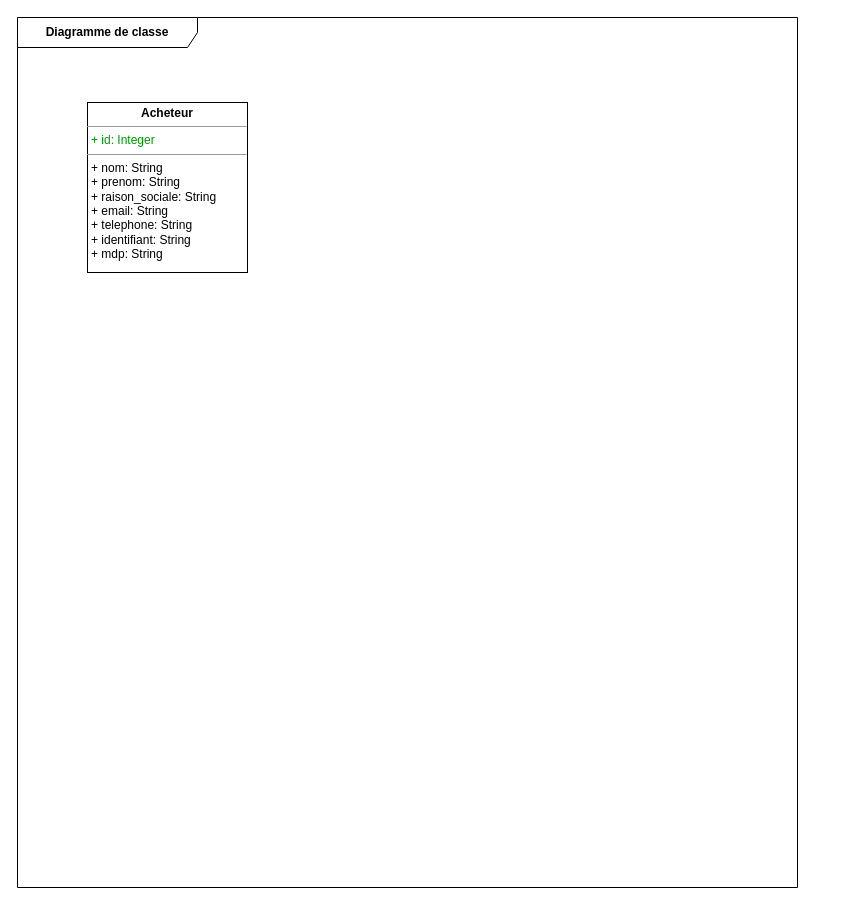
Above: uml-diagrams/drawio/class-diagram.drawio in thomas-claireau/PHP---P6-Openclassrooms (draw.io), before the change. Source tidied: cells renumbered, new cells numbered last; positions are measured from the earlier drawing's top-left corner, leaving out a move shared by most shapes. Both pictures are drawn from the tidied source at 100%, with x=0, y=0 at pixel (17, 17).
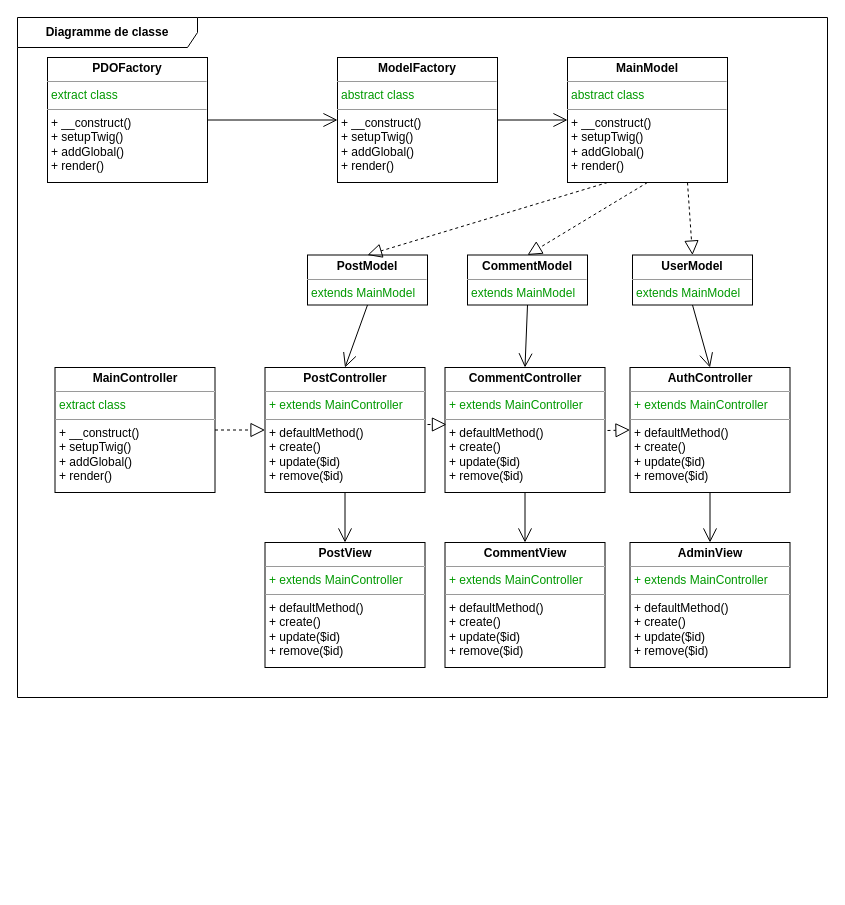
The same page after the edit.

Commit message:
update class diagram

Diff of the diagram source:
```diff
@@
     <mxCell id="2" value="&lt;b&gt;Diagramme de classe&lt;/b&gt;" style="shape=umlFrame;whiteSpace=wrap;html=1;width=180;height=30;fillColor=#FFFFFF;swimlaneFillColor=#ffffff;" parent="1" vertex="1">
-      <mxGeometry width="780" height="870" as="geometry" />
+      <mxGeometry width="810" height="680" as="geometry" />
     </mxCell>
-    <mxCell id="3" value="&lt;p style=&quot;margin: 0px ; margin-top: 4px ; text-align: center&quot;&gt;&lt;b&gt;Acheteur&lt;/b&gt;&lt;/p&gt;&lt;hr size=&quot;1&quot;&gt;&lt;p style=&quot;margin: 0px ; margin-left: 4px&quot;&gt;&lt;font color=&quot;#009900&quot;&gt;+ id: Integer&lt;br&gt;&lt;/font&gt;&lt;/p&gt;&lt;hr size=&quot;1&quot;&gt;&lt;p style=&quot;margin: 0px ; margin-left: 4px&quot;&gt;+ nom: String&lt;br&gt;&lt;/p&gt;&lt;p style=&quot;margin: 0px ; margin-left: 4px&quot;&gt;+ prenom: String&lt;/p&gt;&lt;p style=&quot;margin: 0px ; margin-left: 4px&quot;&gt;+ raison_sociale: String&lt;/p&gt;&lt;p style=&quot;margin: 0px ; margin-left: 4px&quot;&gt;+ email: String&lt;/p&gt;&lt;p style=&quot;margin: 0px ; margin-left: 4px&quot;&gt;+ telephone: String&lt;/p&gt;&lt;p style=&quot;margin: 0px ; margin-left: 4px&quot;&gt;+ identifiant: String&lt;/p&gt;&lt;p style=&quot;margin: 0px ; margin-left: 4px&quot;&gt;+ mdp: String&lt;/p&gt;&amp;nbsp;" style="verticalAlign=top;align=left;overflow=fill;fontSize=12;fontFamily=Helvetica;html=1;strokeColor=#000000;fillColor=#FFFFFF;gradientColor=none;gradientDirection=north;" parent="1" vertex="1">
-      <mxGeometry x="70" y="85" width="160" height="170" as="geometry" />
+    <mxCell id="3" value="&lt;p style=&quot;margin: 0px ; margin-top: 4px ; text-align: center&quot;&gt;&lt;b&gt;MainController&lt;/b&gt;&lt;/p&gt;&lt;hr size=&quot;1&quot;&gt;&lt;p style=&quot;margin: 0px ; margin-left: 4px&quot;&gt;&lt;font color=&quot;#009900&quot;&gt;extract class&lt;/font&gt;&lt;/p&gt;&lt;hr size=&quot;1&quot;&gt;&lt;p style=&quot;margin: 0px ; margin-left: 4px&quot;&gt;+ __construct()&lt;/p&gt;&lt;p style=&quot;margin: 0px ; margin-left: 4px&quot;&gt;+ setupTwig()&lt;/p&gt;&lt;p style=&quot;margin: 0px ; margin-left: 4px&quot;&gt;+ addGlobal()&lt;/p&gt;&lt;p style=&quot;margin: 0px ; margin-left: 4px&quot;&gt;+ render()&lt;/p&gt;&amp;nbsp;" style="verticalAlign=top;align=left;overflow=fill;fontSize=12;fontFamily=Helvetica;html=1;strokeColor=#000000;fillColor=#FFFFFF;gradientColor=none;gradientDirection=north;" parent="1" vertex="1">
+      <mxGeometry x="37.5" y="350" width="160" height="125" as="geometry" />
     </mxCell>
+    <mxCell id="4" value="&lt;p style=&quot;margin: 0px ; margin-top: 4px ; text-align: center&quot;&gt;&lt;b&gt;PostController&lt;/b&gt;&lt;/p&gt;&lt;hr size=&quot;1&quot;&gt;&lt;p style=&quot;margin: 0px ; margin-left: 4px&quot;&gt;&lt;font color=&quot;#009900&quot;&gt;+ extends MainController&lt;br&gt;&lt;/font&gt;&lt;/p&gt;&lt;hr size=&quot;1&quot;&gt;&lt;p style=&quot;margin: 0px ; margin-left: 4px&quot;&gt;+ defaultMethod()&lt;/p&gt;&lt;p style=&quot;margin: 0px ; margin-left: 4px&quot;&gt;+ create()&lt;/p&gt;&lt;p style=&quot;margin: 0px ; margin-left: 4px&quot;&gt;+ update($id)&lt;/p&gt;&lt;p style=&quot;margin: 0px ; margin-left: 4px&quot;&gt;+ remove($id)&lt;/p&gt;&amp;nbsp;" style="verticalAlign=top;align=left;overflow=fill;fontSize=12;fontFamily=Helvetica;html=1;strokeColor=#000000;fillColor=#FFFFFF;gradientColor=none;gradientDirection=north;" parent="1" vertex="1">
+      <mxGeometry x="247.5" y="350" width="160" height="125" as="geometry" />
+    </mxCell>
+    <mxCell id="5" value="&lt;p style=&quot;margin: 0px ; margin-top: 4px ; text-align: center&quot;&gt;&lt;b&gt;CommentController&lt;/b&gt;&lt;/p&gt;&lt;hr size=&quot;1&quot;&gt;&lt;p style=&quot;margin: 0px ; margin-left: 4px&quot;&gt;&lt;font color=&quot;#009900&quot;&gt;+ extends MainController&lt;br&gt;&lt;/font&gt;&lt;/p&gt;&lt;hr size=&quot;1&quot;&gt;&lt;p style=&quot;margin: 0px ; margin-left: 4px&quot;&gt;+ defaultMethod()&lt;/p&gt;&lt;p style=&quot;margin: 0px ; margin-left: 4px&quot;&gt;+ create()&lt;/p&gt;&lt;p style=&quot;margin: 0px ; margin-left: 4px&quot;&gt;+ update($id)&lt;/p&gt;&lt;p style=&quot;margin: 0px ; margin-left: 4px&quot;&gt;+ remove($id)&lt;/p&gt;&amp;nbsp;" style="verticalAlign=top;align=left;overflow=fill;fontSize=12;fontFamily=Helvetica;html=1;strokeColor=#000000;fillColor=#FFFFFF;gradientColor=none;gradientDirection=north;" parent="1" vertex="1">
+      <mxGeometry x="427.5" y="350" width="160" height="125" as="geometry" />
+    </mxCell>
+    <mxCell id="6" value="&lt;p style=&quot;margin: 0px ; margin-top: 4px ; text-align: center&quot;&gt;&lt;b&gt;AuthController&lt;/b&gt;&lt;/p&gt;&lt;hr size=&quot;1&quot;&gt;&lt;p style=&quot;margin: 0px ; margin-left: 4px&quot;&gt;&lt;font color=&quot;#009900&quot;&gt;+ extends MainController&lt;br&gt;&lt;/font&gt;&lt;/p&gt;&lt;hr size=&quot;1&quot;&gt;&lt;p style=&quot;margin: 0px ; margin-left: 4px&quot;&gt;+ defaultMethod()&lt;/p&gt;&lt;p style=&quot;margin: 0px ; margin-left: 4px&quot;&gt;+ create()&lt;/p&gt;&lt;p style=&quot;margin: 0px ; margin-left: 4px&quot;&gt;+ update($id)&lt;/p&gt;&lt;p style=&quot;margin: 0px ; margin-left: 4px&quot;&gt;+ remove($id)&lt;/p&gt;&amp;nbsp;" style="verticalAlign=top;align=left;overflow=fill;fontSize=12;fontFamily=Helvetica;html=1;strokeColor=#000000;fillColor=#FFFFFF;gradientColor=none;gradientDirection=north;" parent="1" vertex="1">
+      <mxGeometry x="612.5" y="350" width="160" height="125" as="geometry" />
+    </mxCell>
+    <mxCell id="7" value="&lt;p style=&quot;margin: 0px ; margin-top: 4px ; text-align: center&quot;&gt;&lt;b&gt;MainModel&lt;/b&gt;&lt;/p&gt;&lt;hr size=&quot;1&quot;&gt;&lt;p style=&quot;margin: 0px ; margin-left: 4px&quot;&gt;&lt;font color=&quot;#009900&quot;&gt;abstract class&lt;/font&gt;&lt;/p&gt;&lt;hr size=&quot;1&quot;&gt;&lt;p style=&quot;margin: 0px ; margin-left: 4px&quot;&gt;+ __construct()&lt;/p&gt;&lt;p style=&quot;margin: 0px ; margin-left: 4px&quot;&gt;+ setupTwig()&lt;/p&gt;&lt;p style=&quot;margin: 0px ; margin-left: 4px&quot;&gt;+ addGlobal()&lt;/p&gt;&lt;p style=&quot;margin: 0px ; margin-left: 4px&quot;&gt;+ render()&lt;/p&gt;&amp;nbsp;" style="verticalAlign=top;align=left;overflow=fill;fontSize=12;fontFamily=Helvetica;html=1;strokeColor=#000000;fillColor=#FFFFFF;gradientColor=none;gradientDirection=north;" parent="1" vertex="1">
+      <mxGeometry x="550" y="40" width="160" height="125" as="geometry" />
+    </mxCell>
+    <mxCell id="8" value="&lt;p style=&quot;margin: 0px ; margin-top: 4px ; text-align: center&quot;&gt;&lt;b&gt;PDOFactory&lt;/b&gt;&lt;/p&gt;&lt;hr size=&quot;1&quot;&gt;&lt;p style=&quot;margin: 0px ; margin-left: 4px&quot;&gt;&lt;font color=&quot;#009900&quot;&gt;extract class&lt;/font&gt;&lt;/p&gt;&lt;hr size=&quot;1&quot;&gt;&lt;p style=&quot;margin: 0px ; margin-left: 4px&quot;&gt;+ __construct()&lt;/p&gt;&lt;p style=&quot;margin: 0px ; margin-left: 4px&quot;&gt;+ setupTwig()&lt;/p&gt;&lt;p style=&quot;margin: 0px ; margin-left: 4px&quot;&gt;+ addGlobal()&lt;/p&gt;&lt;p style=&quot;margin: 0px ; margin-left: 4px&quot;&gt;+ render()&lt;/p&gt;&amp;nbsp;" style="verticalAlign=top;align=left;overflow=fill;fontSize=12;fontFamily=Helvetica;html=1;strokeColor=#000000;fillColor=#FFFFFF;gradientColor=none;gradientDirection=north;" parent="1" vertex="1">
+      <mxGeometry x="30" y="40" width="160" height="125" as="geometry" />
+    </mxCell>
+    <mxCell id="9" value="&lt;p style=&quot;margin: 0px ; margin-top: 4px ; text-align: center&quot;&gt;&lt;b&gt;ModelFactory&lt;/b&gt;&lt;/p&gt;&lt;hr size=&quot;1&quot;&gt;&lt;p style=&quot;margin: 0px ; margin-left: 4px&quot;&gt;&lt;font color=&quot;#009900&quot;&gt;abstract class&lt;/font&gt;&lt;/p&gt;&lt;hr size=&quot;1&quot;&gt;&lt;p style=&quot;margin: 0px ; margin-left: 4px&quot;&gt;+ __construct()&lt;/p&gt;&lt;p style=&quot;margin: 0px ; margin-left: 4px&quot;&gt;+ setupTwig()&lt;/p&gt;&lt;p style=&quot;margin: 0px ; margin-left: 4px&quot;&gt;+ addGlobal()&lt;/p&gt;&lt;p style=&quot;margin: 0px ; margin-left: 4px&quot;&gt;+ render()&lt;/p&gt;&amp;nbsp;" style="verticalAlign=top;align=left;overflow=fill;fontSize=12;fontFamily=Helvetica;html=1;strokeColor=#000000;fillColor=#FFFFFF;gradientColor=none;gradientDirection=north;" parent="1" vertex="1">
+      <mxGeometry x="320" y="40" width="160" height="125" as="geometry" />
+    </mxCell>
+    <mxCell id="10" value="&lt;p style=&quot;margin: 0px ; margin-top: 4px ; text-align: center&quot;&gt;&lt;b&gt;PostModel&lt;/b&gt;&lt;/p&gt;&lt;hr size=&quot;1&quot;&gt;&lt;p style=&quot;margin: 0px ; margin-left: 4px&quot;&gt;&lt;font color=&quot;#009900&quot;&gt;extends MainModel&lt;/font&gt;&lt;/p&gt;&lt;hr size=&quot;1&quot;&gt;&lt;p style=&quot;margin: 0px ; margin-left: 4px&quot;&gt;&lt;br&gt;&lt;/p&gt;&amp;nbsp;" style="verticalAlign=top;align=left;overflow=fill;fontSize=12;fontFamily=Helvetica;html=1;strokeColor=#000000;fillColor=#FFFFFF;gradientColor=none;gradientDirection=north;" parent="1" vertex="1">
+      <mxGeometry x="290" y="237.5" width="120" height="50" as="geometry" />
+    </mxCell>
+    <mxCell id="11" value="&lt;p style=&quot;margin: 0px ; margin-top: 4px ; text-align: center&quot;&gt;&lt;b&gt;CommentModel&lt;/b&gt;&lt;/p&gt;&lt;hr size=&quot;1&quot;&gt;&lt;p style=&quot;margin: 0px ; margin-left: 4px&quot;&gt;&lt;font color=&quot;#009900&quot;&gt;extends MainModel&lt;/font&gt;&lt;/p&gt;&lt;hr size=&quot;1&quot;&gt;&lt;p style=&quot;margin: 0px ; margin-left: 4px&quot;&gt;&lt;br&gt;&lt;/p&gt;&amp;nbsp;" style="verticalAlign=top;align=left;overflow=fill;fontSize=12;fontFamily=Helvetica;html=1;strokeColor=#000000;fillColor=#FFFFFF;gradientColor=none;gradientDirection=north;" parent="1" vertex="1">
+      <mxGeometry x="450" y="237.5" width="120" height="50" as="geometry" />
+    </mxCell>
+    <mxCell id="12" value="&lt;p style=&quot;margin: 0px ; margin-top: 4px ; text-align: center&quot;&gt;&lt;b&gt;UserModel&lt;/b&gt;&lt;/p&gt;&lt;hr size=&quot;1&quot;&gt;&lt;p style=&quot;margin: 0px ; margin-left: 4px&quot;&gt;&lt;font color=&quot;#009900&quot;&gt;extends MainModel&lt;/font&gt;&lt;/p&gt;&lt;hr size=&quot;1&quot;&gt;&lt;p style=&quot;margin: 0px ; margin-left: 4px&quot;&gt;&lt;br&gt;&lt;/p&gt;&amp;nbsp;" style="verticalAlign=top;align=left;overflow=fill;fontSize=12;fontFamily=Helvetica;html=1;strokeColor=#000000;fillColor=#FFFFFF;gradientColor=none;gradientDirection=north;" parent="1" vertex="1">
+      <mxGeometry x="615" y="237.5" width="120" height="50" as="geometry" />
+    </mxCell>
+    <mxCell id="13" value="&lt;p style=&quot;margin: 0px ; margin-top: 4px ; text-align: center&quot;&gt;&lt;b&gt;PostView&lt;/b&gt;&lt;/p&gt;&lt;hr size=&quot;1&quot;&gt;&lt;p style=&quot;margin: 0px ; margin-left: 4px&quot;&gt;&lt;font color=&quot;#009900&quot;&gt;+ extends MainController&lt;br&gt;&lt;/font&gt;&lt;/p&gt;&lt;hr size=&quot;1&quot;&gt;&lt;p style=&quot;margin: 0px ; margin-left: 4px&quot;&gt;+ defaultMethod()&lt;/p&gt;&lt;p style=&quot;margin: 0px ; margin-left: 4px&quot;&gt;+ create()&lt;/p&gt;&lt;p style=&quot;margin: 0px ; margin-left: 4px&quot;&gt;+ update($id)&lt;/p&gt;&lt;p style=&quot;margin: 0px ; margin-left: 4px&quot;&gt;+ remove($id)&lt;/p&gt;&amp;nbsp;" style="verticalAlign=top;align=left;overflow=fill;fontSize=12;fontFamily=Helvetica;html=1;strokeColor=#000000;fillColor=#FFFFFF;gradientColor=none;gradientDirection=north;" parent="1" vertex="1">
+      <mxGeometry x="247.5" y="525" width="160" height="125" as="geometry" />
+    </mxCell>
+    <mxCell id="14" value="&lt;p style=&quot;margin: 0px ; margin-top: 4px ; text-align: center&quot;&gt;&lt;b&gt;CommentView&lt;/b&gt;&lt;/p&gt;&lt;hr size=&quot;1&quot;&gt;&lt;p style=&quot;margin: 0px ; margin-left: 4px&quot;&gt;&lt;font color=&quot;#009900&quot;&gt;+ extends MainController&lt;br&gt;&lt;/font&gt;&lt;/p&gt;&lt;hr size=&quot;1&quot;&gt;&lt;p style=&quot;margin: 0px ; margin-left: 4px&quot;&gt;+ defaultMethod()&lt;/p&gt;&lt;p style=&quot;margin: 0px ; margin-left: 4px&quot;&gt;+ create()&lt;/p&gt;&lt;p style=&quot;margin: 0px ; margin-left: 4px&quot;&gt;+ update($id)&lt;/p&gt;&lt;p style=&quot;margin: 0px ; margin-left: 4px&quot;&gt;+ remove($id)&lt;/p&gt;&amp;nbsp;" style="verticalAlign=top;align=left;overflow=fill;fontSize=12;fontFamily=Helvetica;html=1;strokeColor=#000000;fillColor=#FFFFFF;gradientColor=none;gradientDirection=north;" parent="1" vertex="1">
+      <mxGeometry x="427.5" y="525" width="160" height="125" as="geometry" />
+    </mxCell>
+    <mxCell id="15" value="&lt;p style=&quot;margin: 0px ; margin-top: 4px ; text-align: center&quot;&gt;&lt;b&gt;AdminView&lt;/b&gt;&lt;/p&gt;&lt;hr size=&quot;1&quot;&gt;&lt;p style=&quot;margin: 0px ; margin-left: 4px&quot;&gt;&lt;font color=&quot;#009900&quot;&gt;+ extends MainController&lt;br&gt;&lt;/font&gt;&lt;/p&gt;&lt;hr size=&quot;1&quot;&gt;&lt;p style=&quot;margin: 0px ; margin-left: 4px&quot;&gt;+ defaultMethod()&lt;/p&gt;&lt;p style=&quot;margin: 0px ; margin-left: 4px&quot;&gt;+ create()&lt;/p&gt;&lt;p style=&quot;margin: 0px ; margin-left: 4px&quot;&gt;+ update($id)&lt;/p&gt;&lt;p style=&quot;margin: 0px ; margin-left: 4px&quot;&gt;+ remove($id)&lt;/p&gt;&amp;nbsp;" style="verticalAlign=top;align=left;overflow=fill;fontSize=12;fontFamily=Helvetica;html=1;strokeColor=#000000;fillColor=#FFFFFF;gradientColor=none;gradientDirection=north;" parent="1" vertex="1">
+      <mxGeometry x="612.5" y="525" width="160" height="125" as="geometry" />
+    </mxCell>
+    <mxCell id="16" style="endArrow=open;endFill=1;endSize=12;html=1;entryX=0;entryY=0.5;entryDx=0;entryDy=0;exitX=1;exitY=0.5;exitDx=0;exitDy=0;" parent="1" edge="1" source="8" target="9">
+      <mxGeometry relative="1" as="geometry" />
+    </mxCell>
+    <mxCell id="17" style="endArrow=open;endFill=1;endSize=12;html=1;entryX=0;entryY=0.5;entryDx=0;entryDy=0;exitX=1;exitY=0.5;exitDx=0;exitDy=0;" parent="1" edge="1" source="9" target="7">
+      <mxGeometry relative="1" as="geometry" />
+    </mxCell>
+    <mxCell id="18" style="endArrow=block;dashed=1;endFill=0;endSize=12;html=1;entryX=0.5;entryY=0;entryDx=0;entryDy=0;exitX=0.25;exitY=1;exitDx=0;exitDy=0;" parent="1" edge="1" source="7" target="10">
+      <mxGeometry relative="1" as="geometry" />
+    </mxCell>
+    <mxCell id="19" style="endArrow=block;dashed=1;endFill=0;endSize=12;html=1;entryX=0.5;entryY=0;entryDx=0;entryDy=0;exitX=0.5;exitY=1;exitDx=0;exitDy=0;" parent="1" edge="1" source="7" target="11">
+      <mxGeometry relative="1" as="geometry" />
+    </mxCell>
+    <mxCell id="20" style="endArrow=block;dashed=1;endFill=0;endSize=12;html=1;entryX=0.5;entryY=0;entryDx=0;entryDy=0;exitX=0.75;exitY=1;exitDx=0;exitDy=0;" parent="1" edge="1" source="7" target="12">
+      <mxGeometry relative="1" as="geometry" />
+    </mxCell>
+    <mxCell id="21" style="endArrow=open;endFill=1;endSize=12;html=1;entryX=0.5;entryY=0;entryDx=0;entryDy=0;exitX=0.5;exitY=1;exitDx=0;exitDy=0;" parent="1" edge="1" source="10" target="4">
+      <mxGeometry relative="1" as="geometry" />
+    </mxCell>
+    <mxCell id="22" style="endArrow=open;endFill=1;endSize=12;html=1;entryX=0.5;entryY=0;entryDx=0;entryDy=0;exitX=0.5;exitY=1;exitDx=0;exitDy=0;" parent="1" edge="1" source="11" target="5">
+      <mxGeometry relative="1" as="geometry" />
+    </mxCell>
+    <mxCell id="23" style="endArrow=open;endFill=1;endSize=12;html=1;entryX=0.5;entryY=0;entryDx=0;entryDy=0;exitX=0.5;exitY=1;exitDx=0;exitDy=0;" parent="1" edge="1" source="12" target="6">
+      <mxGeometry relative="1" as="geometry" />
+    </mxCell>
+    <mxCell id="24" style="endArrow=block;dashed=1;endFill=0;endSize=12;html=1;entryX=0;entryY=0.5;entryDx=0;entryDy=0;exitX=1;exitY=0.5;exitDx=0;exitDy=0;" parent="1" edge="1" source="3" target="4">
+      <mxGeometry relative="1" as="geometry" />
+    </mxCell>
+    <mxCell id="25" style="endArrow=block;dashed=1;endFill=0;endSize=12;html=1;entryX=0.009;entryY=0.456;entryDx=0;entryDy=0;entryPerimeter=0;" parent="1" edge="1" target="5">
+      <mxGeometry relative="1" as="geometry">
+        <mxPoint x="410" y="407" as="sourcePoint" />
+      </mxGeometry>
+    </mxCell>
+    <mxCell id="26" style="endArrow=block;dashed=1;endFill=0;endSize=12;html=1;entryX=0;entryY=0.5;entryDx=0;entryDy=0;" parent="1" edge="1" target="6">
+      <mxGeometry relative="1" as="geometry">
+        <mxPoint x="590" y="413" as="sourcePoint" />
+      </mxGeometry>
+    </mxCell>
+    <mxCell id="27" style="endArrow=open;endFill=1;endSize=12;html=1;entryX=0.5;entryY=0;entryDx=0;entryDy=0;exitX=0.5;exitY=1;exitDx=0;exitDy=0;" parent="1" edge="1" source="4" target="13">
+      <mxGeometry relative="1" as="geometry" />
+    </mxCell>
+    <mxCell id="28" style="endArrow=open;endFill=1;endSize=12;html=1;entryX=0.5;entryY=0;entryDx=0;entryDy=0;exitX=0.5;exitY=1;exitDx=0;exitDy=0;" parent="1" edge="1" source="5" target="14">
+      <mxGeometry relative="1" as="geometry" />
+    </mxCell>
+    <mxCell id="29" style="endArrow=open;endFill=1;endSize=12;html=1;entryX=0.5;entryY=0;entryDx=0;entryDy=0;exitX=0.5;exitY=1;exitDx=0;exitDy=0;" parent="1" edge="1" source="6" target="15">
+      <mxGeometry relative="1" as="geometry" />
+    </mxCell>
```
